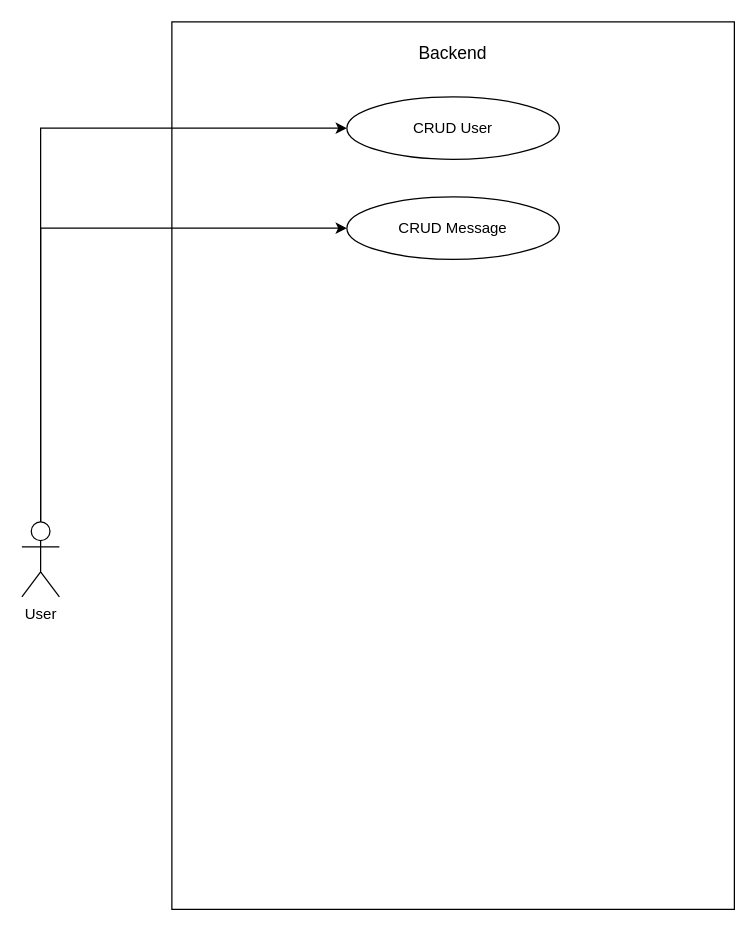
The draw.io diagram ProjectStructureDiagram.drawio in A1doranM/tech_practice_project, before the edit. Source tidied: cells renumbered, new cells numbered last; positions are measured from the earlier drawing's top-left corner, leaving out a move shared by most shapes. Both pictures are drawn from the tidied source at 125%, with x=0, y=0 at pixel (21, 21).
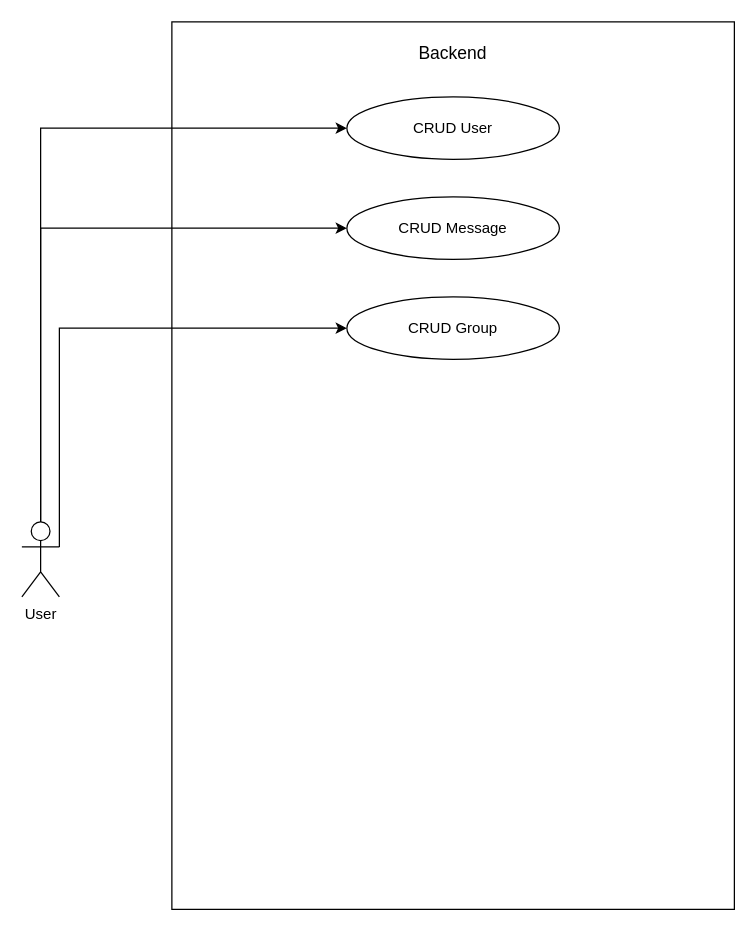
The same page after the edit.

Commit message:
Added project structure diagram

Diff of the diagram source:
```diff
@@
 <mxGraphModel>
   <root>
     <mxCell id="0" />
     <mxCell id="1" parent="0" />
     <mxCell id="2" style="rounded=0;whiteSpace=wrap;html=1;" parent="1" vertex="1">
       <mxGeometry x="120" width="450" height="710" as="geometry" />
     </mxCell>
     <mxCell id="3" value="CRUD User" style="ellipse;whiteSpace=wrap;html=1;" parent="1" vertex="1">
       <mxGeometry x="260" y="60" width="170" height="50" as="geometry" />
     </mxCell>
     <mxCell id="4" value="CRUD Message" style="ellipse;whiteSpace=wrap;html=1;" parent="1" vertex="1">
       <mxGeometry x="260" y="140" width="170" height="50" as="geometry" />
     </mxCell>
     <mxCell id="5" style="edgeStyle=orthogonalEdgeStyle;rounded=0;jettySize=auto;html=1;exitX=0.5;exitY=0;exitDx=0;exitDy=0;exitPerimeter=0;entryX=0;entryY=0.5;entryDx=0;entryDy=0;" parent="1" edge="1" source="7" target="3">
       <mxGeometry relative="1" as="geometry" />
     </mxCell>
     <mxCell id="6" style="edgeStyle=orthogonalEdgeStyle;rounded=0;jettySize=auto;html=1;exitX=0.5;exitY=0;exitDx=0;exitDy=0;exitPerimeter=0;entryX=0;entryY=0.5;entryDx=0;entryDy=0;" parent="1" edge="1" source="7" target="4">
       <mxGeometry relative="1" as="geometry" />
     </mxCell>
+    <mxCell id="9" style="edgeStyle=orthogonalEdgeStyle;rounded=0;jettySize=auto;html=1;exitX=1;exitY=0.3333333333333333;exitDx=0;exitDy=0;exitPerimeter=0;entryX=0;entryY=0.5;entryDx=0;entryDy=0;" parent="1" edge="1" source="7" target="10">
+      <mxGeometry relative="1" as="geometry">
+        <Array as="points">
+          <mxPoint x="30" y="245" />
+        </Array>
+      </mxGeometry>
+    </mxCell>
     <mxCell id="7" value="User" style="shape=umlActor;verticalLabelPosition=bottom;verticalAlign=top;html=1;outlineConnect=0;" parent="1" vertex="1">
       <mxGeometry y="400" width="30" height="60" as="geometry" />
     </mxCell>
     <mxCell id="8" value="Backend" style="text;html=1;strokeColor=none;fillColor=none;align=center;verticalAlign=middle;whiteSpace=wrap;rounded=0;fontSize=14;" parent="1" vertex="1">
       <mxGeometry x="315" y="10" width="60" height="30" as="geometry" />
     </mxCell>
+    <mxCell id="10" value="CRUD Group" style="ellipse;whiteSpace=wrap;html=1;" parent="1" vertex="1">
+      <mxGeometry x="260" y="220" width="170" height="50" as="geometry" />
+    </mxCell>
   </root>
 </mxGraphModel>
```
